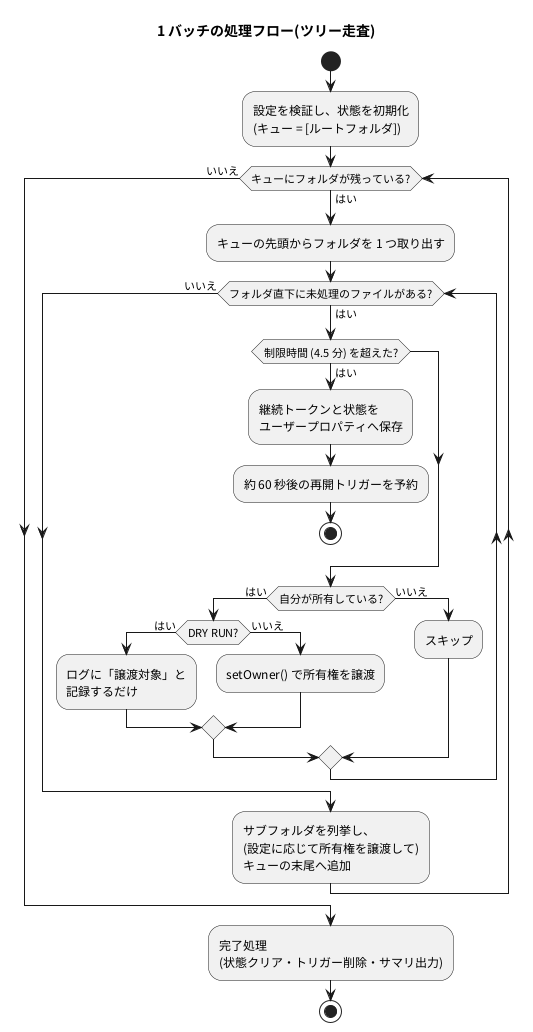
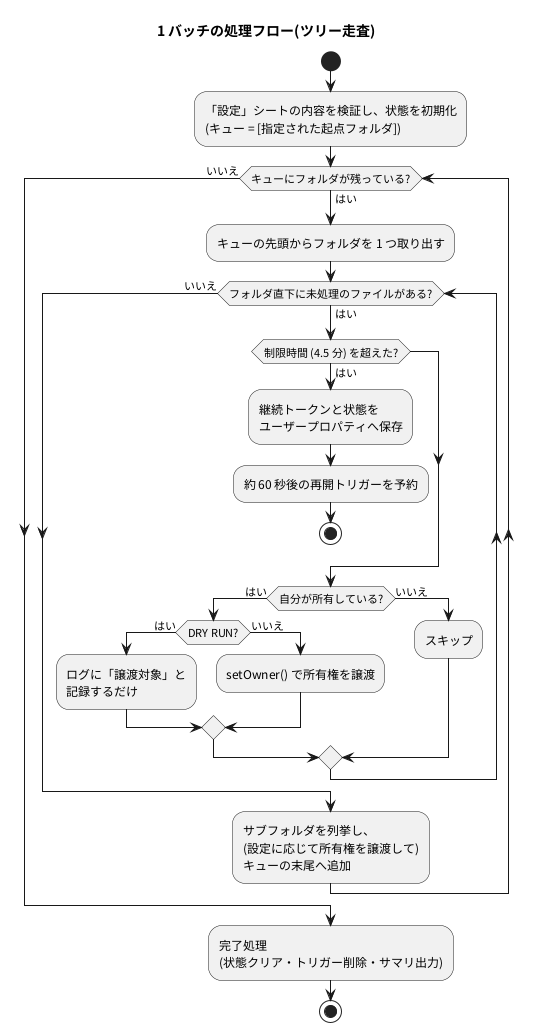
@startuml 02_batch_activity
title 1 バッチの処理フロー(ツリー走査)
skinparam defaultFontName "Noto Sans CJK JP"
skinparam shadowing false

start
- :設定を検証し、状態を初期化\n(キュー = [ルートフォルダ]);
+ :「設定」シートの内容を検証し、状態を初期化\n(キュー = [指定された起点フォルダ]);
while (キューにフォルダが残っている?) is (はい)
  :キューの先頭からフォルダを 1 つ取り出す;
  while (フォルダ直下に未処理のファイルがある?) is (はい)
    if (制限時間 (4.5 分) を超えた?) then (はい)
      :継続トークンと状態を\nユーザープロパティへ保存;
      :約 60 秒後の再開トリガーを予約;
      stop
    endif
    if (自分が所有している?) then (はい)
      if (DRY RUN?) then (はい)
        :ログに「譲渡対象」と\n記録するだけ;
      else (いいえ)
        :setOwner() で所有権を譲渡;
      endif
    else (いいえ)
      :スキップ;
    endif
  endwhile (いいえ)
  :サブフォルダを列挙し、\n(設定に応じて所有権を譲渡して)\nキューの末尾へ追加;
endwhile (いいえ)
:完了処理\n(状態クリア・トリガー削除・サマリ出力);
stop
@enduml
